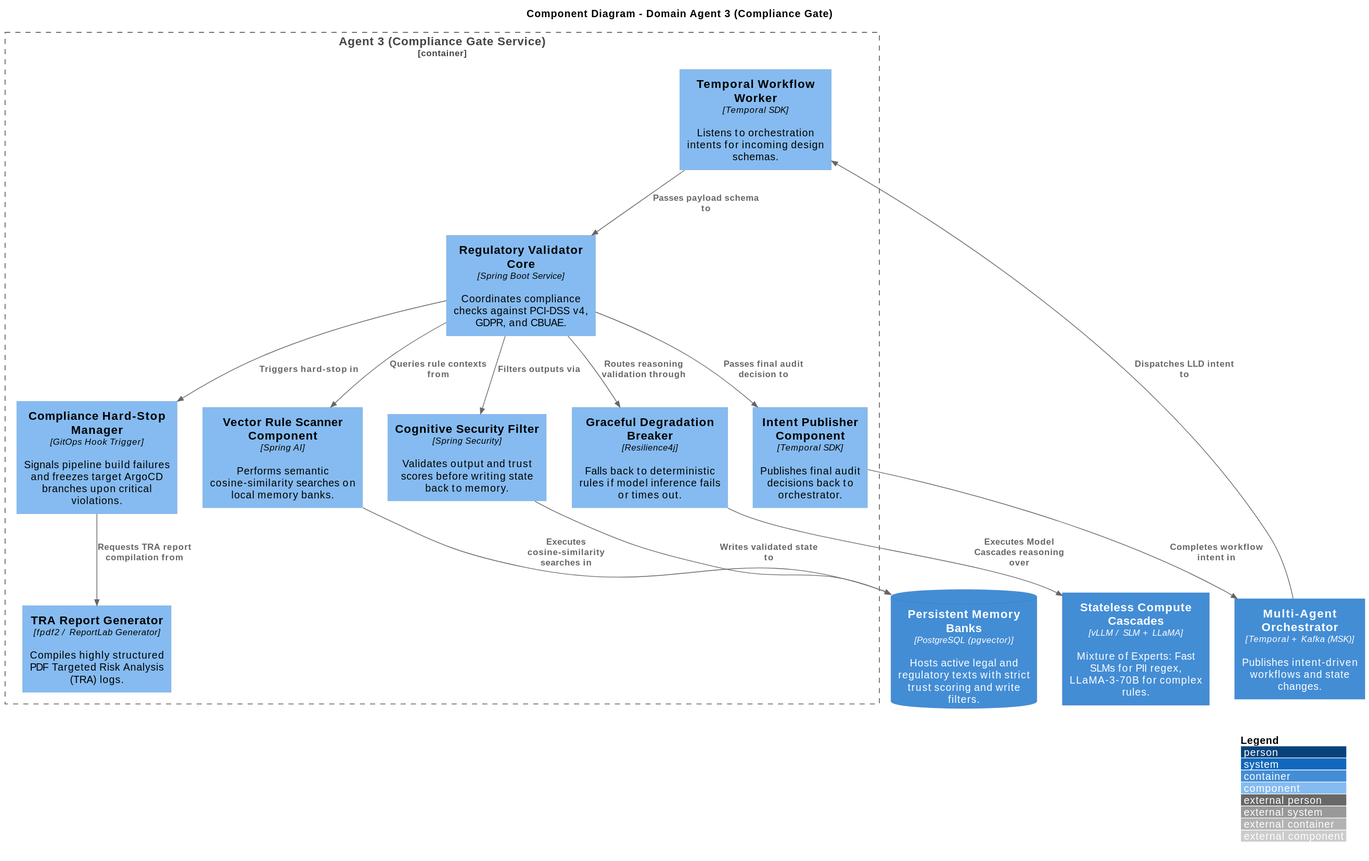
COPUR/X_Bank-Agentive-Architecture-Framework keeps this PlantUML diagram as redbank-core/c4_component.svg. Above is the earlier version. Source of this version:
```plantuml
@startuml
!include https://raw.githubusercontent.com/plantuml-stdlib/C4-PlantUML/master/C4_Component.puml

LAYOUT_WITH_LEGEND()

title Component Diagram - Domain Agent 3 (Compliance Gate)

Container(temporal_kafka, "Multi-Agent Orchestrator", "Temporal + Kafka (MSK)", "Publishes intent-driven workflows and state changes.")
Container(model_cascades, "Stateless Compute Cascades", "vLLM / SLM + LLaMA", "Mixture of Experts: Fast SLMs for PII regex, LLaMA-3-70B for complex rules.")
ContainerDb(memory_banks, "Persistent Memory Banks", "PostgreSQL (pgvector)", "Hosts active legal and regulatory texts with strict trust scoring and write filters.")

Container_Boundary(agent3_boundary, "Agent 3 (Compliance Gate Service)") {
    Component(workflow_worker, "Temporal Workflow Worker", "Temporal SDK", "Listens to orchestration intents for incoming design schemas.")
    Component(vector_scanner, "Vector Rule Scanner Component", "Spring AI", "Performs semantic cosine-similarity searches on local memory banks.")
    Component(validator, "Regulatory Validator Core", "Spring Boot Service", "Coordinates compliance checks against PCI-DSS v4, GDPR, and CBUAE.")
    Component(circuit_breaker, "Graceful Degradation Breaker", "Resilience4j", "Falls back to deterministic rules if model inference fails or times out.")
    Component(security_filter, "Cognitive Security Filter", "Spring Security", "Validates output and trust scores before writing state back to memory.")
    Component(hardstop_mgr, "Compliance Hard-Stop Manager", "GitOps Hook Trigger", "Signals pipeline build failures and freezes target ArgoCD branches upon critical violations.")
    Component(tra_generator, "TRA Report Generator", "fpdf2 / ReportLab Generator", "Compiles highly structured PDF Targeted Risk Analysis (TRA) logs.")
    Component(intent_publisher, "Intent Publisher Component", "Temporal SDK", "Publishes final audit decisions back to orchestrator.")
}

Rel(temporal_kafka, workflow_worker, "Dispatches LLD intent to")
Rel(workflow_worker, validator, "Passes payload schema to")
Rel(validator, vector_scanner, "Queries rule contexts from")
Rel(vector_scanner, memory_banks, "Executes cosine-similarity searches in")
Rel(validator, circuit_breaker, "Routes reasoning validation through")
Rel(circuit_breaker, model_cascades, "Executes Model Cascades reasoning over")
Rel(validator, security_filter, "Filters outputs via")
Rel(security_filter, memory_banks, "Writes validated state to")
Rel(validator, hardstop_mgr, "Triggers hard-stop in")
Rel(hardstop_mgr, tra_generator, "Requests TRA report compilation from")
Rel(validator, intent_publisher, "Passes final audit decision to")
Rel(intent_publisher, temporal_kafka, "Completes workflow intent in")
@enduml
```
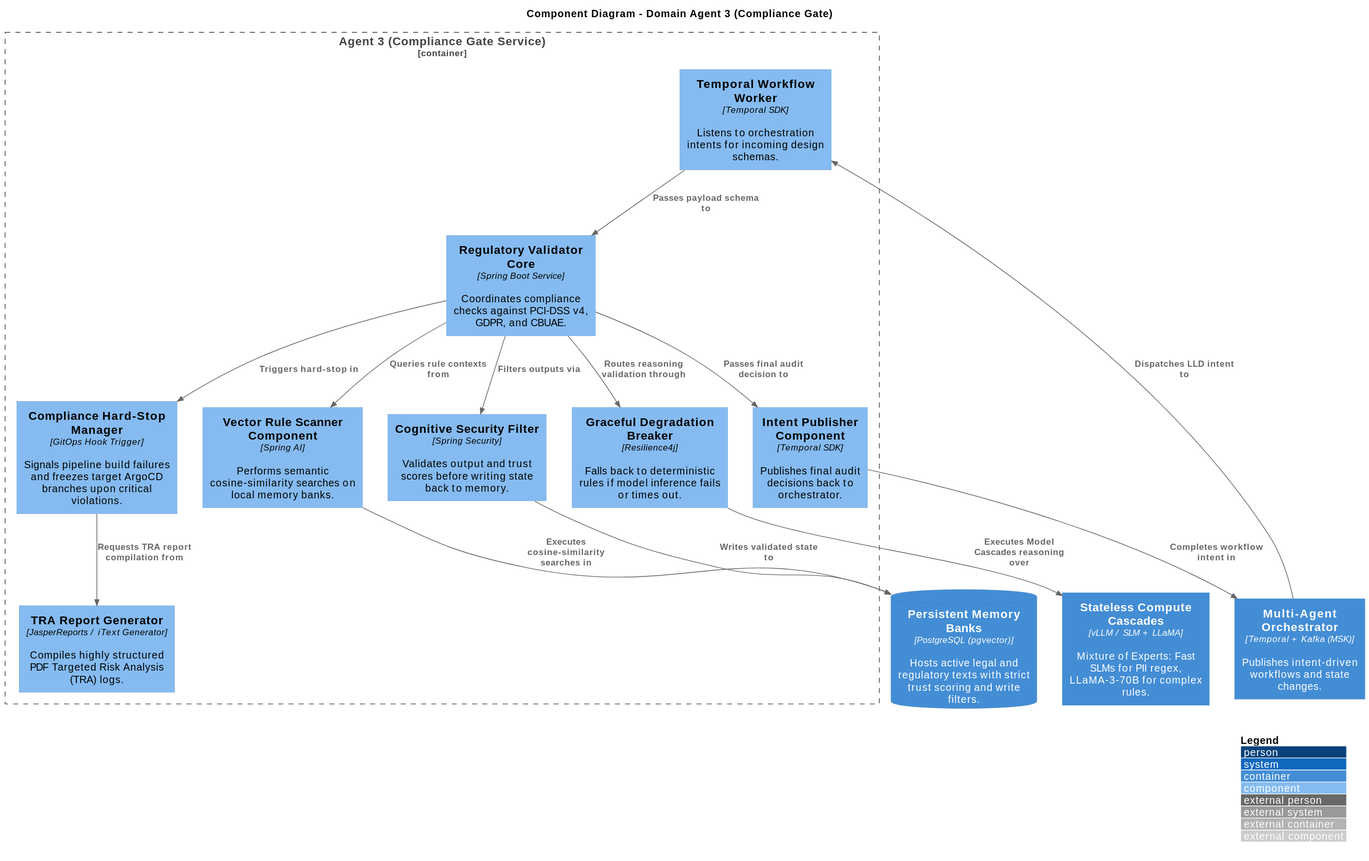
After the commit.

Change to the diagram source:
```diff
@@ -16,7 +16,7 @@
     Component(circuit_breaker, "Graceful Degradation Breaker", "Resilience4j", "Falls back to deterministic rules if model inference fails or times out.")
     Component(security_filter, "Cognitive Security Filter", "Spring Security", "Validates output and trust scores before writing state back to memory.")
     Component(hardstop_mgr, "Compliance Hard-Stop Manager", "GitOps Hook Trigger", "Signals pipeline build failures and freezes target ArgoCD branches upon critical violations.")
-    Component(tra_generator, "TRA Report Generator", "fpdf2 / ReportLab Generator", "Compiles highly structured PDF Targeted Risk Analysis (TRA) logs.")
+    Component(tra_generator, "TRA Report Generator", "JasperReports / iText Generator", "Compiles highly structured PDF Targeted Risk Analysis (TRA) logs.")
     Component(intent_publisher, "Intent Publisher Component", "Temporal SDK", "Publishes final audit decisions back to orchestrator.")
 }
 
```
